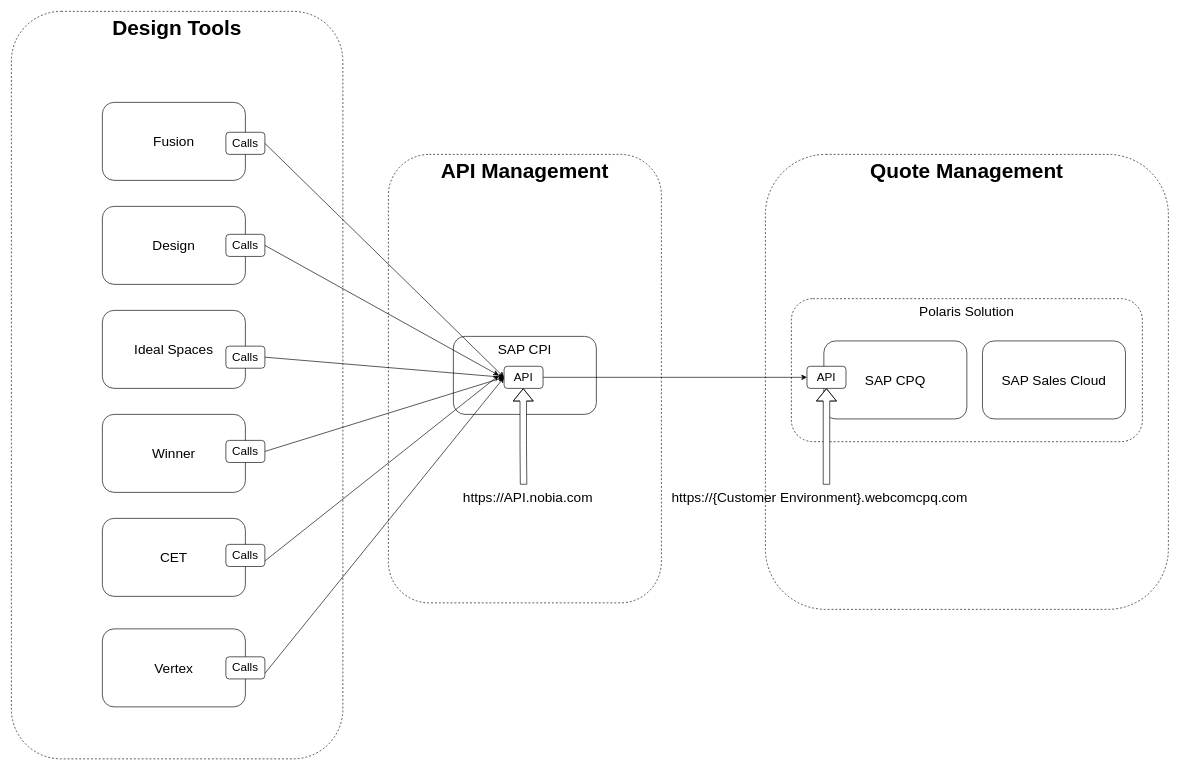
Above: page "Option 2- Nobia API" (7 of 7) of Drawing_Tool_Integration.drawio in mrf742002/Diagrams (draw.io), before the change. Source tidied: cells renumbered, new cells numbered last; positions are measured from the earlier drawing's top-left corner, leaving out a move shared by most shapes. Both pictures are drawn from the tidied source at 65%, with x=0, y=0 at pixel (11, 11).
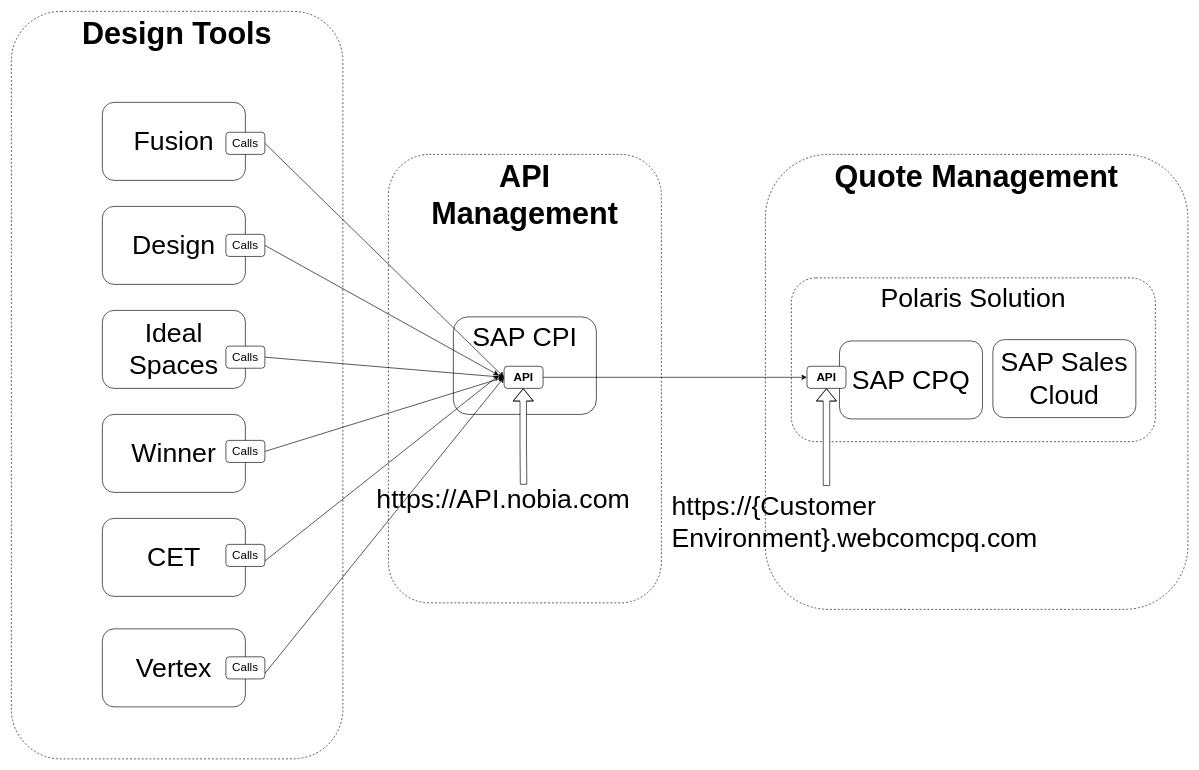
After the change.

Diff of the diagram source:
```diff
@@
-    <mxCell id="2" value="&lt;b style=&quot;font-size: 32px&quot;&gt;API Management&lt;/b&gt;" style="rounded=1;whiteSpace=wrap;html=1;verticalAlign=top;strokeWidth=1;strokeColor=#020912;dashed=1;fontSize=32;" parent="1" vertex="1">
+    <mxCell id="2" value="&lt;b style=&quot;font-size: 47px&quot;&gt;API &lt;br&gt;Management&lt;/b&gt;" style="rounded=1;whiteSpace=wrap;html=1;verticalAlign=top;strokeWidth=1;strokeColor=#020912;dashed=1;fontSize=47;" parent="1" vertex="1">
       <mxGeometry x="580" y="220" width="420" height="690" as="geometry" />
     </mxCell>
-    <mxCell id="3" value="SAP CPI" style="rounded=1;whiteSpace=wrap;html=1;fontSize=21;verticalAlign=top;" parent="1" vertex="1">
-      <mxGeometry x="680" y="500" width="220" height="120" as="geometry" />
+    <mxCell id="3" value="SAP CPI" style="rounded=1;whiteSpace=wrap;html=1;fontSize=41;verticalAlign=top;" parent="1" vertex="1">
+      <mxGeometry x="680" y="470" width="220" height="150" as="geometry" />
     </mxCell>
-    <mxCell id="4" value="&lt;b style=&quot;font-size: 32px&quot;&gt;Quote Management&lt;/b&gt;" style="rounded=1;whiteSpace=wrap;html=1;verticalAlign=top;strokeWidth=1;strokeColor=#020912;dashed=1;fontSize=32;" parent="1" vertex="1">
-      <mxGeometry x="1160" y="220" width="620" height="700" as="geometry" />
+    <mxCell id="4" value="&lt;b style=&quot;font-size: 47px;&quot;&gt;Quote Management&lt;/b&gt;" style="rounded=1;whiteSpace=wrap;html=1;verticalAlign=top;strokeWidth=1;strokeColor=#020912;dashed=1;fontSize=47;" parent="1" vertex="1">
+      <mxGeometry x="1160" y="220" width="650" height="700" as="geometry" />
     </mxCell>
-    <mxCell id="5" value="Polaris Solution" style="rounded=1;whiteSpace=wrap;html=1;fontSize=21;dashed=1;fillColor=none;verticalAlign=top;" parent="1" vertex="1">
-      <mxGeometry x="1200" y="442" width="540" height="220" as="geometry" />
+    <mxCell id="5" value="Polaris Solution" style="rounded=1;whiteSpace=wrap;html=1;fontSize=41;dashed=1;fillColor=none;verticalAlign=top;" parent="1" vertex="1">
+      <mxGeometry x="1200" y="410" width="560" height="252" as="geometry" />
     </mxCell>
-    <mxCell id="6" value="&lt;b style=&quot;font-size: 32px&quot;&gt;Design Tools&lt;/b&gt;" style="rounded=1;whiteSpace=wrap;html=1;verticalAlign=top;strokeWidth=1;strokeColor=#020912;dashed=1;fontSize=32;" parent="1" vertex="1">
+    <mxCell id="6" value="&lt;b style=&quot;font-size: 47px;&quot;&gt;Design Tools&lt;/b&gt;" style="rounded=1;whiteSpace=wrap;html=1;verticalAlign=top;strokeWidth=1;strokeColor=#020912;dashed=1;fontSize=47;" parent="1" vertex="1">
       <mxGeometry width="510" height="1150" as="geometry" />
     </mxCell>
-    <mxCell id="7" value="Fusion" style="rounded=1;whiteSpace=wrap;html=1;fontSize=21;" parent="1" vertex="1">
+    <mxCell id="7" value="Fusion" style="rounded=1;whiteSpace=wrap;html=1;fontSize=41;" parent="1" vertex="1">
       <mxGeometry x="140" y="140" width="220" height="120" as="geometry" />
     </mxCell>
-    <mxCell id="8" value="Design" style="rounded=1;whiteSpace=wrap;html=1;fontSize=21;" parent="1" vertex="1">
+    <mxCell id="8" value="Design" style="rounded=1;whiteSpace=wrap;html=1;fontSize=41;" parent="1" vertex="1">
       <mxGeometry x="140" y="300" width="220" height="120" as="geometry" />
     </mxCell>
-    <mxCell id="9" value="Ideal Spaces" style="rounded=1;whiteSpace=wrap;html=1;fontSize=21;" parent="1" vertex="1">
+    <mxCell id="9" value="Ideal Spaces" style="rounded=1;whiteSpace=wrap;html=1;fontSize=41;" parent="1" vertex="1">
       <mxGeometry x="140" y="460" width="220" height="120" as="geometry" />
     </mxCell>
-    <mxCell id="10" value="Winner" style="rounded=1;whiteSpace=wrap;html=1;fontSize=21;" parent="1" vertex="1">
+    <mxCell id="10" value="Winner" style="rounded=1;whiteSpace=wrap;html=1;fontSize=41;" parent="1" vertex="1">
       <mxGeometry x="140" y="620" width="220" height="120" as="geometry" />
     </mxCell>
-    <mxCell id="11" value="CET" style="rounded=1;whiteSpace=wrap;html=1;fontSize=21;" parent="1" vertex="1">
+    <mxCell id="11" value="CET" style="rounded=1;whiteSpace=wrap;html=1;fontSize=41;" parent="1" vertex="1">
       <mxGeometry x="140" y="780" width="220" height="120" as="geometry" />
     </mxCell>
-    <mxCell id="12" value="Vertex" style="rounded=1;whiteSpace=wrap;html=1;fontSize=21;" parent="1" vertex="1">
+    <mxCell id="12" value="Vertex" style="rounded=1;whiteSpace=wrap;html=1;fontSize=41;" parent="1" vertex="1">
       <mxGeometry x="140" y="950" width="220" height="120" as="geometry" />
     </mxCell>
-    <mxCell id="13" value="SAP CPQ" style="rounded=1;whiteSpace=wrap;html=1;fontSize=21;" parent="1" vertex="1">
-      <mxGeometry x="1250" y="507" width="220" height="120" as="geometry" />
+    <mxCell id="13" value="SAP CPQ" style="rounded=1;whiteSpace=wrap;html=1;fontSize=41;" parent="1" vertex="1">
+      <mxGeometry x="1274" y="507" width="220" height="120" as="geometry" />
     </mxCell>
-    <mxCell id="14" value="SAP Sales Cloud" style="rounded=1;whiteSpace=wrap;html=1;fontSize=21;" parent="1" vertex="1">
-      <mxGeometry x="1494" y="507" width="220" height="120" as="geometry" />
+    <mxCell id="14" value="SAP Sales Cloud" style="rounded=1;whiteSpace=wrap;html=1;fontSize=41;" parent="1" vertex="1">
+      <mxGeometry x="1510" y="505" width="220" height="120" as="geometry" />
     </mxCell>
@@
-    <mxCell id="16" value="API" style="rounded=1;whiteSpace=wrap;html=1;fontSize=18;" parent="1" vertex="1">
+    <mxCell id="16" value="&lt;b&gt;API&lt;/b&gt;" style="rounded=1;whiteSpace=wrap;html=1;fontSize=18;" parent="1" vertex="1">
       <mxGeometry x="758" y="546" width="60" height="34" as="geometry" />
     </mxCell>
@@
-    <mxCell id="29" value="API" style="rounded=1;whiteSpace=wrap;html=1;fontSize=18;" parent="1" vertex="1">
+    <mxCell id="29" value="API" style="rounded=1;whiteSpace=wrap;html=1;fontSize=18;fontStyle=1;" parent="1" vertex="1">
       <mxGeometry x="1224" y="546" width="60" height="34" as="geometry" />
     </mxCell>
-    <mxCell id="30" value="https://{Customer Environment}.webcomcpq.com" style="text;whiteSpace=wrap;html=1;fontSize=21;" parent="1" vertex="1">
-      <mxGeometry x="1014" y="728" width="480" height="40" as="geometry" />
+    <mxCell id="30" value="https://{Customer Environment}.webcomcpq.com" style="text;whiteSpace=wrap;html=1;fontSize=41;" parent="1" vertex="1">
+      <mxGeometry x="1014" y="730" width="480" height="40" as="geometry" />
     </mxCell>
@@
-    <mxCell id="32" value="https://API.nobia.com" style="text;whiteSpace=wrap;html=1;fontSize=21;" parent="1" vertex="1">
-      <mxGeometry x="693" y="728" width="190" height="40" as="geometry" />
+    <mxCell id="32" value="https://API.nobia.com" style="text;whiteSpace=wrap;html=1;fontSize=41;" parent="1" vertex="1">
+      <mxGeometry x="560" y="720" width="190" height="40" as="geometry" />
     </mxCell>
```
